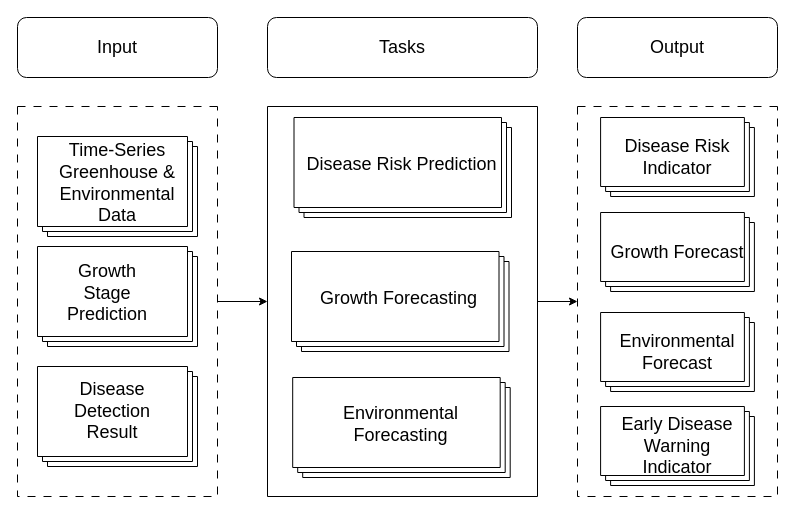
This is docs/Documents/Resources/AgriTwin-GH - Module-2 Decomposition Diagram.drawio from arjun-christopher/AgriTwin-GH, a draw.io file, before an edit. Source tidied: cells renumbered, new cells numbered last; positions are measured from the earlier drawing's top-left corner, leaving out a move shared by most shapes. Both pictures are drawn from the tidied source at 100%, with x=0, y=0 at pixel (17, 17).
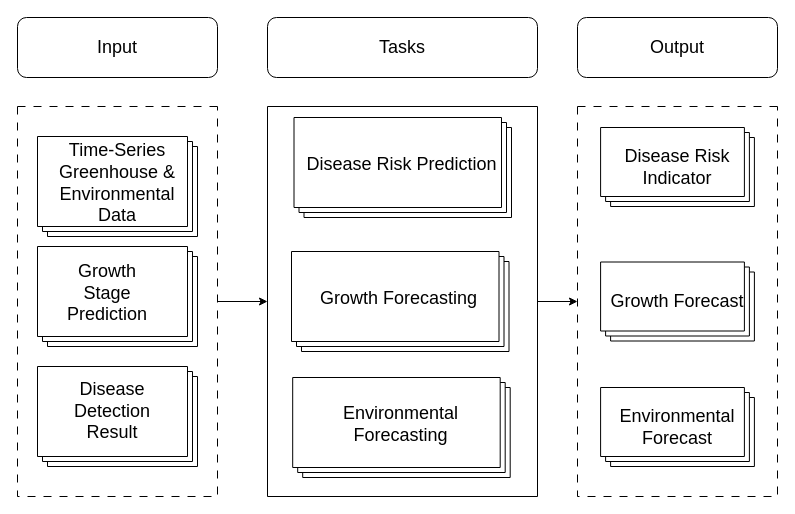
The same diagram, later.

Unchanged cells that the change refers to:
```xml
<mxCell id="18" style="swimlane;startSize=0;dashed=1;dashPattern=8 8;" parent="1" vertex="1">
  <mxGeometry x="560" y="89" width="200" height="390" as="geometry" />
</mxCell>
```

Change to the diagram source:
```diff
@@
     <mxCell id="19" style="verticalLabelPosition=bottom;verticalAlign=top;html=1;shape=mxgraph.basic.layered_rect;dx=10;whiteSpace=wrap;" parent="18" vertex="1">
-      <mxGeometry x="23.1" y="11" width="153.8" height="79" as="geometry" />
+      <mxGeometry x="23.1" y="21" width="153.8" height="79" as="geometry" />
     </mxCell>
     <mxCell id="20" value="&lt;font style=&quot;font-size: 18px;&quot;&gt;Disease Risk Indicator&lt;/font&gt;" style="text;html=1;align=center;verticalAlign=middle;whiteSpace=wrap;rounded=0;" parent="18" vertex="1">
-      <mxGeometry x="30" y="35.5" width="140" height="30" as="geometry" />
+      <mxGeometry x="30" y="45.5" width="140" height="30" as="geometry" />
     </mxCell>
     <mxCell id="21" style="verticalLabelPosition=bottom;verticalAlign=top;html=1;shape=mxgraph.basic.layered_rect;dx=10;whiteSpace=wrap;" parent="18" vertex="1">
-      <mxGeometry x="23.1" y="106" width="153.8" height="79" as="geometry" />
+      <mxGeometry x="23.1" y="155.5" width="153.8" height="79" as="geometry" />
     </mxCell>
     <mxCell id="22" value="&lt;font style=&quot;font-size: 18px;&quot;&gt;Growth Forecast&lt;/font&gt;" style="text;html=1;align=center;verticalAlign=middle;whiteSpace=wrap;rounded=0;" parent="18" vertex="1">
-      <mxGeometry x="30" y="130.5" width="140" height="30" as="geometry" />
+      <mxGeometry x="30" y="180" width="140" height="30" as="geometry" />
     </mxCell>
     <mxCell id="23" style="verticalLabelPosition=bottom;verticalAlign=top;html=1;shape=mxgraph.basic.layered_rect;dx=10;whiteSpace=wrap;" parent="18" vertex="1">
-      <mxGeometry x="23.1" y="206" width="153.8" height="79" as="geometry" />
+      <mxGeometry x="23.1" y="281" width="153.8" height="79" as="geometry" />
     </mxCell>
     <mxCell id="24" value="&lt;font style=&quot;font-size: 18px;&quot;&gt;Environmental Forecast&lt;/font&gt;" style="text;html=1;align=center;verticalAlign=middle;whiteSpace=wrap;rounded=0;" parent="18" vertex="1">
-      <mxGeometry x="30" y="230.5" width="140" height="30" as="geometry" />
+      <mxGeometry x="30" y="305.5" width="140" height="30" as="geometry" />
     </mxCell>
-    <mxCell id="25" style="verticalLabelPosition=bottom;verticalAlign=top;html=1;shape=mxgraph.basic.layered_rect;dx=10;whiteSpace=wrap;" parent="18" vertex="1">
-      <mxGeometry x="23.1" y="300" width="153.8" height="79" as="geometry" />
-    </mxCell>
-    <mxCell id="26" value="&lt;font style=&quot;font-size: 18px;&quot;&gt;Early Disease Warning Indicator&lt;/font&gt;" style="text;html=1;align=center;verticalAlign=middle;whiteSpace=wrap;rounded=0;" parent="18" vertex="1">
-      <mxGeometry x="30" y="324.5" width="140" height="30" as="geometry" />
-    </mxCell>
```
